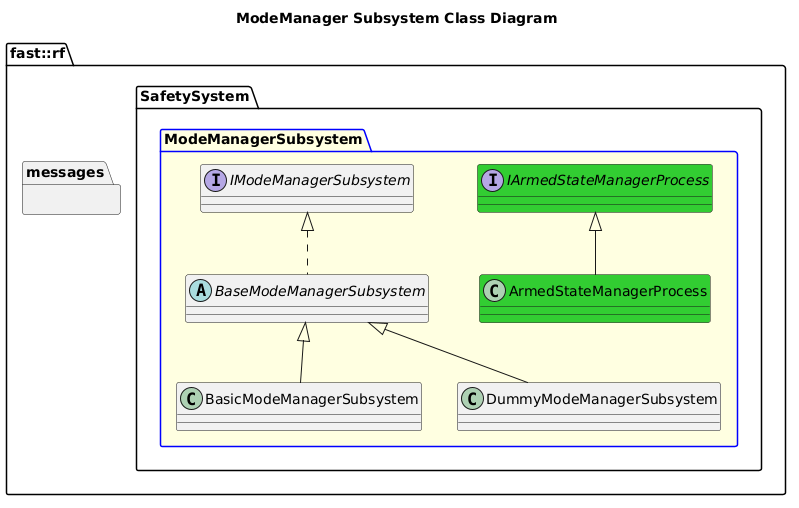
Above: Systems/Safety/Subsystems/ModeManager/doc/puml/ModeManagerSubsystemClassDiagram.png in fastrobotics/robot_framework (PlantUML), before the change.
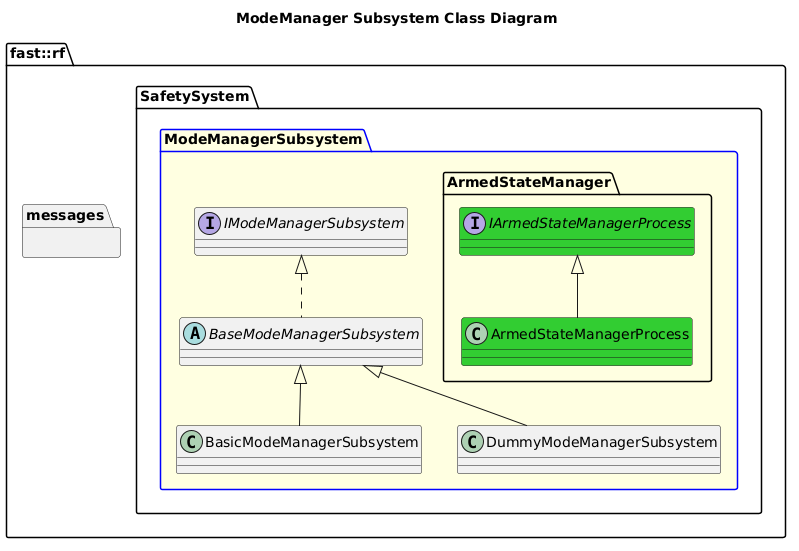
The same file after the commit.

Change to the diagram source:
```diff
@@ -18,12 +18,14 @@
       class DummyModeManagerSubsystem {
       }
       DummyModeManagerSubsystem -up-|> BaseModeManagerSubsystem
-      interface IArmedStateManagerProcess #LimeGreen {
+      namespace ArmedStateManager {
+        interface IArmedStateManagerProcess #LimeGreen {
 
+        }
+        class ArmedStateManagerProcess #LimeGreen {
+        }
+        ArmedStateManagerProcess -up-|> IArmedStateManagerProcess
       }
-      class ArmedStateManagerProcess #LimeGreen {
-      }
-      ArmedStateManagerProcess -up-|> IArmedStateManagerProcess
     }
   }
 }
```
